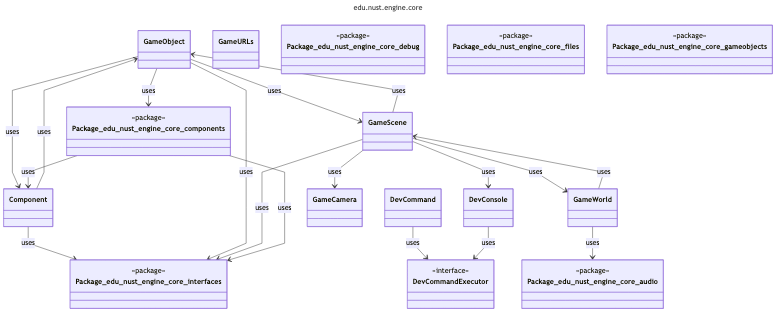
The Mermaid diagram uml/generated/png/package_edu_nust_engine_core.png in zombie-zero-nust/zombie-zero, before a commit. Its source is kept beside it as uml/generated/mmd/package_edu_nust_engine_core.mmd.
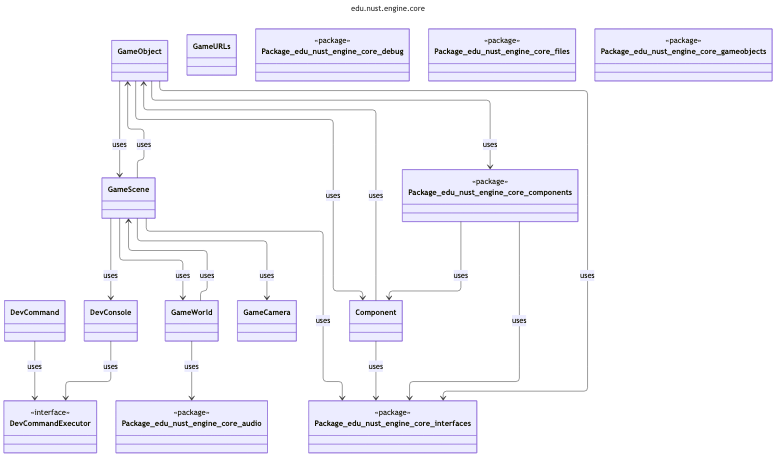
After the commit.

Diff of the diagram source:
```diff
@@ -2,22 +2,22 @@
 title: edu.nust.engine.core
 config:
   look: classic
-  layout: dagre
+  layout: elk
   flowchart:
     curve: linear
   class:
     defaultRenderer: dagre-wrapper
 ---
 classDiagram
-class DevCommand
-class GameObject
-class DevCommandExecutor <<interface>>
-class DevConsole
-class Component
-class GameWorld
-class GameCamera
-class GameScene
-class GameURLs
+  class DevCommand
+  class GameCamera
+  class GameObject
+  class GameScene
+  class Component
+  class GameWorld
+  class DevConsole
+  class DevCommandExecutor <<interface>>
+  class GameURLs
 class Package_edu_nust_engine_core_audio <<package>>
 class Package_edu_nust_engine_core_components <<package>>
 class Package_edu_nust_engine_core_debug <<package>>
```
